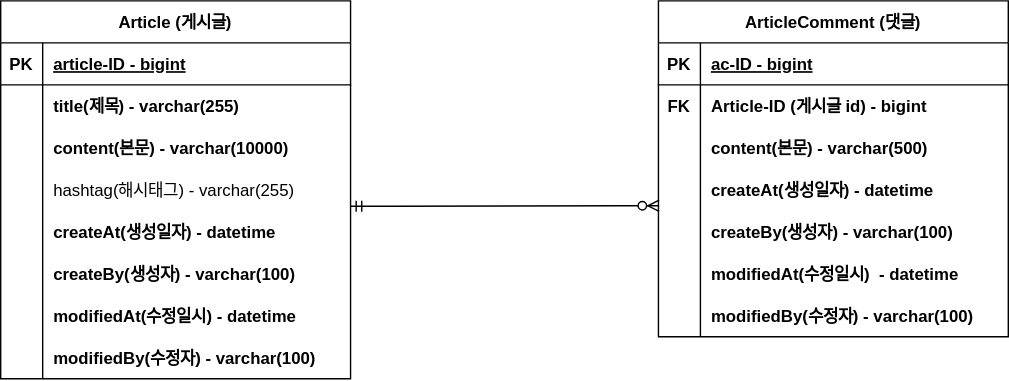
Juholee11/project-board keeps this draw.io diagram as document/ERD.svg. Above is the earlier version. Source tidied: cells renumbered, new cells last; positions are measured from the earlier drawing's top-left corner, leaving out a move shared by most shapes.
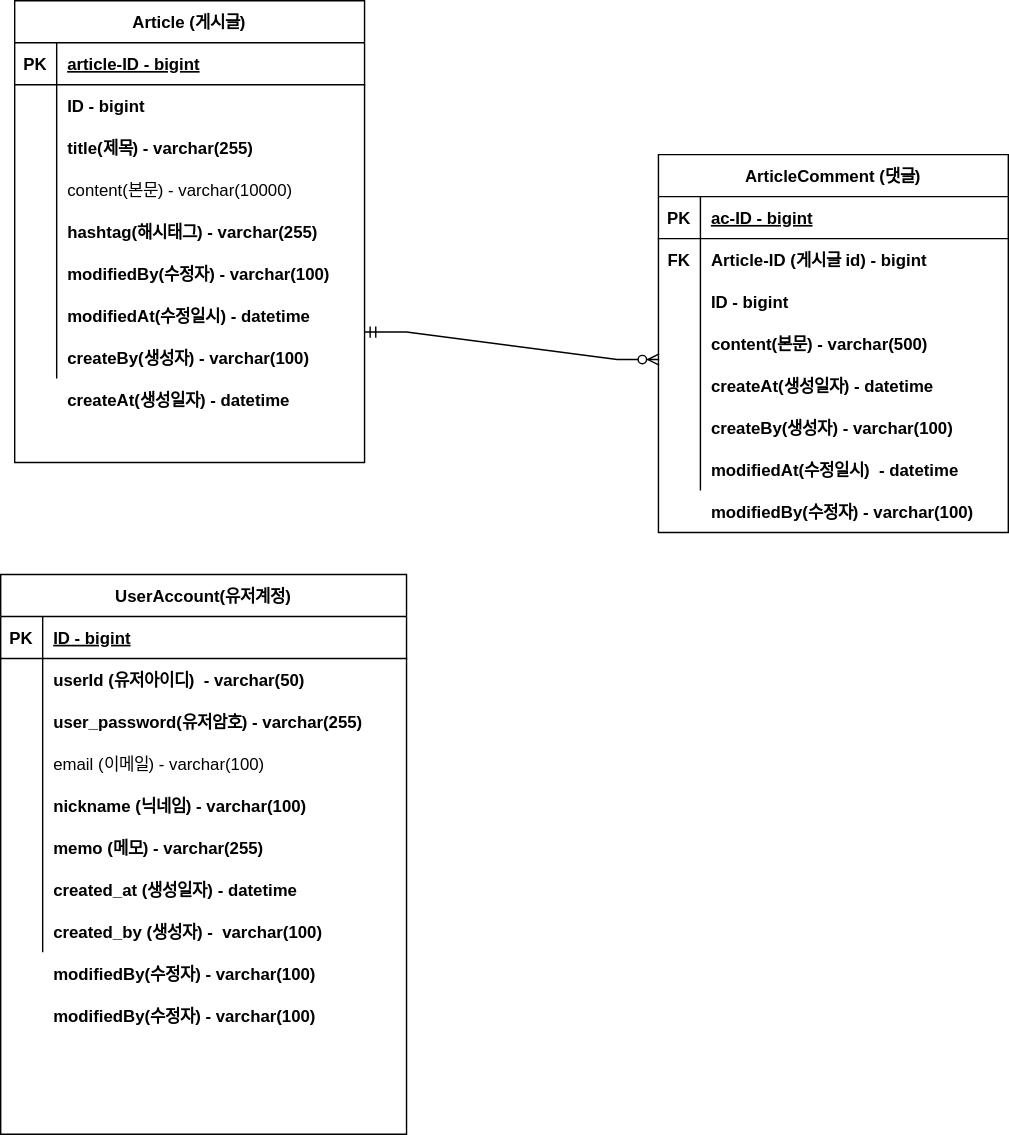
Later version of the same file.

Diff of the diagram source:
```diff
@@ -3,7 +3,7 @@
     <mxCell id="0" />
     <mxCell id="1" parent="0" />
     <mxCell id="2" value="Article (게시글)" style="shape=table;startSize=30;rowLines=0;fontStyle=1;align=center;" parent="1" vertex="1">
-      <mxGeometry width="250" height="270" as="geometry" />
+      <mxGeometry x="10" y="-110" width="250" height="330" as="geometry" />
     </mxCell>
     <mxCell id="3" style="shape=tableRow;horizontal=0;startSize=0;swimlaneHead=0;swimlaneBody=0;fillColor=none;top=0;left=0;right=0;bottom=1;" parent="2" vertex="1">
       <mxGeometry y="30" width="250" height="30" as="geometry" />
@@ -20,7 +20,7 @@
     <mxCell id="7" style="shape=partialRectangle;fillColor=none;top=0;left=0;bottom=0;right=0;overflow=hidden;" parent="6" vertex="1">
       <mxGeometry width="30" height="30" as="geometry" />
     </mxCell>
-    <mxCell id="8" value="title(제목) - varchar(255) " style="shape=partialRectangle;fillColor=none;top=0;left=0;bottom=0;right=0;align=left;spacingLeft=6;overflow=hidden;fontStyle=1;" parent="6" vertex="1">
+    <mxCell id="8" value="ID - bigint" style="shape=partialRectangle;fillColor=none;top=0;left=0;bottom=0;right=0;align=left;spacingLeft=6;overflow=hidden;fontStyle=1;" parent="6" vertex="1">
       <mxGeometry x="30" width="220" height="30" as="geometry" />
     </mxCell>
     <mxCell id="9" style="shape=tableRow;horizontal=0;startSize=0;swimlaneHead=0;swimlaneBody=0;fillColor=none;top=0;left=0;right=0;bottom=0;" parent="2" vertex="1">
@@ -29,7 +29,7 @@
     <mxCell id="10" style="shape=partialRectangle;fillColor=none;top=0;left=0;bottom=0;right=0;overflow=hidden;" parent="9" vertex="1">
       <mxGeometry width="30" height="30" as="geometry" />
     </mxCell>
-    <mxCell id="11" value="content(본문) - varchar(10000)" style="shape=partialRectangle;fillColor=none;top=0;left=0;bottom=0;right=0;align=left;spacingLeft=6;overflow=hidden;fontStyle=1;" parent="9" vertex="1">
+    <mxCell id="11" value="title(제목) - varchar(255) " style="shape=partialRectangle;fillColor=none;top=0;left=0;bottom=0;right=0;align=left;spacingLeft=6;overflow=hidden;fontStyle=1;" parent="9" vertex="1">
       <mxGeometry x="30" width="220" height="30" as="geometry" />
     </mxCell>
     <mxCell id="12" style="shape=tableRow;horizontal=0;startSize=0;swimlaneHead=0;swimlaneBody=0;fillColor=none;top=0;left=0;right=0;bottom=0;" parent="2" vertex="1">
@@ -38,47 +38,47 @@
     <mxCell id="13" style="shape=partialRectangle;fillColor=none;top=0;left=0;bottom=0;right=0;overflow=hidden;" parent="12" vertex="1">
       <mxGeometry width="30" height="30" as="geometry" />
     </mxCell>
-    <mxCell id="14" value="hashtag(해시태그) - varchar(255)" style="shape=partialRectangle;fillColor=none;top=0;left=0;bottom=0;right=0;align=left;spacingLeft=6;overflow=hidden;" parent="12" vertex="1">
+    <mxCell id="14" value="content(본문) - varchar(10000)" style="shape=partialRectangle;fillColor=none;top=0;left=0;bottom=0;right=0;align=left;spacingLeft=6;overflow=hidden;" parent="12" vertex="1">
       <mxGeometry x="30" width="220" height="30" as="geometry" />
     </mxCell>
+    <mxCell id="24" style="shape=tableRow;horizontal=0;startSize=0;swimlaneHead=0;swimlaneBody=0;fillColor=none;top=0;left=0;right=0;bottom=0;" parent="2" vertex="1">
+      <mxGeometry y="150" width="250" height="30" as="geometry" />
+    </mxCell>
+    <mxCell id="25" style="shape=partialRectangle;fillColor=none;top=0;left=0;bottom=0;right=0;overflow=hidden;" parent="24" vertex="1">
+      <mxGeometry width="30" height="30" as="geometry" />
+    </mxCell>
+    <mxCell id="26" value="hashtag(해시태그) - varchar(255)" style="shape=partialRectangle;fillColor=none;top=0;left=0;bottom=0;right=0;align=left;spacingLeft=6;overflow=hidden;fontStyle=1;" parent="24" vertex="1">
+      <mxGeometry x="30" width="220" height="30" as="geometry" />
+    </mxCell>
+    <mxCell id="21" style="shape=tableRow;horizontal=0;startSize=0;swimlaneHead=0;swimlaneBody=0;fillColor=none;top=0;left=0;right=0;bottom=0;" parent="2" vertex="1">
+      <mxGeometry y="180" width="250" height="30" as="geometry" />
+    </mxCell>
+    <mxCell id="22" style="shape=partialRectangle;fillColor=none;top=0;left=0;bottom=0;right=0;overflow=hidden;" parent="21" vertex="1">
+      <mxGeometry width="30" height="30" as="geometry" />
+    </mxCell>
+    <mxCell id="23" value="modifiedBy(수정자) - varchar(100)" style="shape=partialRectangle;fillColor=none;top=0;left=0;bottom=0;right=0;align=left;spacingLeft=6;overflow=hidden;fontStyle=1;" parent="21" vertex="1">
+      <mxGeometry x="30" width="220" height="30" as="geometry" />
+    </mxCell>
+    <mxCell id="18" style="shape=tableRow;horizontal=0;startSize=0;swimlaneHead=0;swimlaneBody=0;fillColor=none;top=0;left=0;right=0;bottom=0;" parent="2" vertex="1">
+      <mxGeometry y="210" width="250" height="30" as="geometry" />
+    </mxCell>
+    <mxCell id="19" style="shape=partialRectangle;fillColor=none;top=0;left=0;bottom=0;right=0;overflow=hidden;" parent="18" vertex="1">
+      <mxGeometry width="30" height="30" as="geometry" />
+    </mxCell>
+    <mxCell id="20" value="modifiedAt(수정일시) - datetime" style="shape=partialRectangle;fillColor=none;top=0;left=0;bottom=0;right=0;align=left;spacingLeft=6;overflow=hidden;fontStyle=1;" parent="18" vertex="1">
+      <mxGeometry x="30" width="220" height="30" as="geometry" />
+    </mxCell>
     <mxCell id="15" style="shape=tableRow;horizontal=0;startSize=0;swimlaneHead=0;swimlaneBody=0;fillColor=none;points=[[0,0.5],[1,0.5]];portConstraint=eastwest;top=0;left=0;right=0;bottom=0;" parent="2" vertex="1">
-      <mxGeometry y="150" width="250" height="30" as="geometry" />
+      <mxGeometry y="240" width="250" height="30" as="geometry" />
     </mxCell>
     <mxCell id="16" style="shape=partialRectangle;fillColor=none;top=0;left=0;bottom=0;right=0;overflow=hidden;" parent="15" vertex="1">
       <mxGeometry width="30" height="30" as="geometry" />
     </mxCell>
-    <mxCell id="17" value="createAt(생성일자) - datetime" style="shape=partialRectangle;fillColor=none;top=0;left=0;bottom=0;right=0;align=left;spacingLeft=6;overflow=hidden;fontStyle=1;" parent="15" vertex="1">
+    <mxCell id="17" value="createBy(생성자) - varchar(100)" style="shape=partialRectangle;fillColor=none;top=0;left=0;bottom=0;right=0;align=left;spacingLeft=6;overflow=hidden;fontStyle=1;" parent="15" vertex="1">
       <mxGeometry x="30" width="220" height="30" as="geometry" />
     </mxCell>
-    <mxCell id="18" style="shape=tableRow;horizontal=0;startSize=0;swimlaneHead=0;swimlaneBody=0;fillColor=none;top=0;left=0;right=0;bottom=0;" parent="2" vertex="1">
-      <mxGeometry y="180" width="250" height="30" as="geometry" />
-    </mxCell>
-    <mxCell id="19" style="shape=partialRectangle;fillColor=none;top=0;left=0;bottom=0;right=0;overflow=hidden;" parent="18" vertex="1">
-      <mxGeometry width="30" height="30" as="geometry" />
-    </mxCell>
-    <mxCell id="20" value="createBy(생성자) - varchar(100)" style="shape=partialRectangle;fillColor=none;top=0;left=0;bottom=0;right=0;align=left;spacingLeft=6;overflow=hidden;fontStyle=1;" parent="18" vertex="1">
-      <mxGeometry x="30" width="220" height="30" as="geometry" />
-    </mxCell>
-    <mxCell id="21" style="shape=tableRow;horizontal=0;startSize=0;swimlaneHead=0;swimlaneBody=0;fillColor=none;top=0;left=0;right=0;bottom=0;" parent="2" vertex="1">
-      <mxGeometry y="210" width="250" height="30" as="geometry" />
-    </mxCell>
-    <mxCell id="22" style="shape=partialRectangle;fillColor=none;top=0;left=0;bottom=0;right=0;overflow=hidden;" parent="21" vertex="1">
-      <mxGeometry width="30" height="30" as="geometry" />
-    </mxCell>
-    <mxCell id="23" value="modifiedAt(수정일시) - datetime" style="shape=partialRectangle;fillColor=none;top=0;left=0;bottom=0;right=0;align=left;spacingLeft=6;overflow=hidden;fontStyle=1;" parent="21" vertex="1">
-      <mxGeometry x="30" width="220" height="30" as="geometry" />
-    </mxCell>
-    <mxCell id="24" style="shape=tableRow;horizontal=0;startSize=0;swimlaneHead=0;swimlaneBody=0;fillColor=none;top=0;left=0;right=0;bottom=0;" parent="2" vertex="1">
-      <mxGeometry y="240" width="250" height="30" as="geometry" />
-    </mxCell>
-    <mxCell id="25" style="shape=partialRectangle;fillColor=none;top=0;left=0;bottom=0;right=0;overflow=hidden;" parent="24" vertex="1">
-      <mxGeometry width="30" height="30" as="geometry" />
-    </mxCell>
-    <mxCell id="26" value="modifiedBy(수정자) - varchar(100)" style="shape=partialRectangle;fillColor=none;top=0;left=0;bottom=0;right=0;align=left;spacingLeft=6;overflow=hidden;fontStyle=1;" parent="24" vertex="1">
-      <mxGeometry x="30" width="220" height="30" as="geometry" />
-    </mxCell>
     <mxCell id="27" value="ArticleComment (댓글)" style="shape=table;startSize=30;rowLines=0;fontStyle=1;align=center;" parent="1" vertex="1">
-      <mxGeometry x="470" width="250" height="240" as="geometry" />
+      <mxGeometry x="470" width="250" height="270" as="geometry" />
     </mxCell>
     <mxCell id="28" style="shape=tableRow;horizontal=0;startSize=0;swimlaneHead=0;swimlaneBody=0;fillColor=none;top=0;left=0;right=0;bottom=1;" parent="27" vertex="1">
       <mxGeometry y="30" width="250" height="30" as="geometry" />
@@ -104,7 +104,7 @@
     <mxCell id="35" style="shape=partialRectangle;fillColor=none;top=0;left=0;bottom=0;right=0;overflow=hidden;" parent="34" vertex="1">
       <mxGeometry width="30" height="30" as="geometry" />
     </mxCell>
-    <mxCell id="36" value="content(본문) - varchar(500)" style="shape=partialRectangle;fillColor=none;top=0;left=0;bottom=0;right=0;align=left;spacingLeft=6;overflow=hidden;fontStyle=1;" parent="34" vertex="1">
+    <mxCell id="36" value="ID - bigint" style="shape=partialRectangle;fillColor=none;top=0;left=0;bottom=0;right=0;align=left;spacingLeft=6;overflow=hidden;fontStyle=1;" parent="34" vertex="1">
       <mxGeometry x="30" width="220" height="30" as="geometry" />
     </mxCell>
     <mxCell id="37" style="shape=tableRow;horizontal=0;startSize=0;swimlaneHead=0;swimlaneBody=0;fillColor=none;points=[[0,0.5],[1,0.5]];portConstraint=eastwest;top=0;left=0;right=0;bottom=0;" parent="27" vertex="1">
@@ -113,7 +113,7 @@
     <mxCell id="38" style="shape=partialRectangle;fillColor=none;top=0;left=0;bottom=0;right=0;overflow=hidden;" parent="37" vertex="1">
       <mxGeometry width="30" height="30" as="geometry" />
     </mxCell>
-    <mxCell id="39" value="createAt(생성일자) - datetime" style="shape=partialRectangle;fillColor=none;top=0;left=0;bottom=0;right=0;align=left;spacingLeft=6;overflow=hidden;fontStyle=1;" parent="37" vertex="1">
+    <mxCell id="39" value="content(본문) - varchar(500)" style="shape=partialRectangle;fillColor=none;top=0;left=0;bottom=0;right=0;align=left;spacingLeft=6;overflow=hidden;fontStyle=1;" parent="37" vertex="1">
       <mxGeometry x="30" width="220" height="30" as="geometry" />
     </mxCell>
     <mxCell id="40" style="shape=tableRow;horizontal=0;startSize=0;swimlaneHead=0;swimlaneBody=0;fillColor=none;top=0;left=0;right=0;bottom=0;" parent="27" vertex="1">
@@ -122,7 +122,7 @@
     <mxCell id="41" style="shape=partialRectangle;fillColor=none;top=0;left=0;bottom=0;right=0;overflow=hidden;" parent="40" vertex="1">
       <mxGeometry width="30" height="30" as="geometry" />
     </mxCell>
-    <mxCell id="42" value="createBy(생성자) - varchar(100)" style="shape=partialRectangle;fillColor=none;top=0;left=0;bottom=0;right=0;align=left;spacingLeft=6;overflow=hidden;fontStyle=1;" parent="40" vertex="1">
+    <mxCell id="42" value="createAt(생성일자) - datetime" style="shape=partialRectangle;fillColor=none;top=0;left=0;bottom=0;right=0;align=left;spacingLeft=6;overflow=hidden;fontStyle=1;" parent="40" vertex="1">
       <mxGeometry x="30" width="220" height="30" as="geometry" />
     </mxCell>
     <mxCell id="43" style="shape=tableRow;horizontal=0;startSize=0;swimlaneHead=0;swimlaneBody=0;fillColor=none;top=0;left=0;right=0;bottom=0;" parent="27" vertex="1">
@@ -131,7 +131,7 @@
     <mxCell id="44" style="shape=partialRectangle;fillColor=none;top=0;left=0;bottom=0;right=0;overflow=hidden;" parent="43" vertex="1">
       <mxGeometry width="30" height="30" as="geometry" />
     </mxCell>
-    <mxCell id="45" value="modifiedAt(수정일시)  - datetime" style="shape=partialRectangle;fillColor=none;top=0;left=0;bottom=0;right=0;align=left;spacingLeft=6;overflow=hidden;fontStyle=1;" parent="43" vertex="1">
+    <mxCell id="45" value="createBy(생성자) - varchar(100)" style="shape=partialRectangle;fillColor=none;top=0;left=0;bottom=0;right=0;align=left;spacingLeft=6;overflow=hidden;fontStyle=1;" parent="43" vertex="1">
       <mxGeometry x="30" width="220" height="30" as="geometry" />
     </mxCell>
     <mxCell id="46" style="shape=tableRow;horizontal=0;startSize=0;swimlaneHead=0;swimlaneBody=0;fillColor=none;top=0;left=0;right=0;bottom=0;" parent="27" vertex="1">
@@ -140,11 +140,104 @@
     <mxCell id="47" style="shape=partialRectangle;fillColor=none;top=0;left=0;bottom=0;right=0;overflow=hidden;" parent="46" vertex="1">
       <mxGeometry width="30" height="30" as="geometry" />
     </mxCell>
-    <mxCell id="48" value="modifiedBy(수정자) - varchar(100)" style="shape=partialRectangle;fillColor=none;top=0;left=0;bottom=0;right=0;align=left;spacingLeft=6;overflow=hidden;fontStyle=1;" parent="46" vertex="1">
+    <mxCell id="48" value="modifiedAt(수정일시)  - datetime" style="shape=partialRectangle;fillColor=none;top=0;left=0;bottom=0;right=0;align=left;spacingLeft=6;overflow=hidden;fontStyle=1;" parent="46" vertex="1">
       <mxGeometry x="30" width="220" height="30" as="geometry" />
     </mxCell>
     <mxCell id="49" style="edgeStyle=entityRelationEdgeStyle;fontSize=12;html=1;endArrow=ERzeroToMany;startArrow=ERmandOne;rounded=0;exitX=1;exitY=-0.108;exitDx=0;exitDy=0;exitPerimeter=0;entryX=0.002;entryY=0.88;entryDx=0;entryDy=0;entryPerimeter=0;" parent="1" edge="1" source="15" target="37">
       <mxGeometry relative="1" as="geometry" />
     </mxCell>
+    <mxCell id="50" value="UserAccount(유저계정)" style="shape=table;startSize=30;rowLines=0;fontStyle=1;align=center;" parent="1" vertex="1">
+      <mxGeometry y="300" width="290" height="400" as="geometry" />
+    </mxCell>
+    <mxCell id="51" style="shape=tableRow;horizontal=0;startSize=0;swimlaneHead=0;swimlaneBody=0;fillColor=none;top=0;left=0;right=0;bottom=1;" parent="50" vertex="1">
+      <mxGeometry y="30" width="290" height="30" as="geometry" />
+    </mxCell>
+    <mxCell id="52" value="PK" style="shape=partialRectangle;fillColor=none;top=0;left=0;bottom=0;right=0;fontStyle=1;overflow=hidden;" parent="51" vertex="1">
+      <mxGeometry width="30" height="30" as="geometry" />
+    </mxCell>
+    <mxCell id="53" value="ID - bigint" style="shape=partialRectangle;fillColor=none;top=0;left=0;bottom=0;right=0;align=left;spacingLeft=6;fontStyle=5;overflow=hidden;" parent="51" vertex="1">
+      <mxGeometry x="30" width="260" height="30" as="geometry" />
+    </mxCell>
+    <mxCell id="54" style="shape=tableRow;horizontal=0;startSize=0;swimlaneHead=0;swimlaneBody=0;fillColor=none;top=0;left=0;right=0;bottom=0;fontStyle=1;" parent="50" vertex="1">
+      <mxGeometry y="60" width="290" height="30" as="geometry" />
+    </mxCell>
+    <mxCell id="55" style="shape=partialRectangle;fillColor=none;top=0;left=0;bottom=0;right=0;overflow=hidden;" parent="54" vertex="1">
+      <mxGeometry width="30" height="30" as="geometry" />
+    </mxCell>
+    <mxCell id="56" value="userId (유저아이디)  - varchar(50)    " style="shape=partialRectangle;fillColor=none;top=0;left=0;bottom=0;right=0;align=left;spacingLeft=6;overflow=hidden;fontStyle=1;" parent="54" vertex="1">
+      <mxGeometry x="30" width="260" height="30" as="geometry" />
+    </mxCell>
+    <mxCell id="57" style="shape=tableRow;horizontal=0;startSize=0;swimlaneHead=0;swimlaneBody=0;fillColor=none;top=0;left=0;right=0;bottom=0;" parent="50" vertex="1">
+      <mxGeometry y="90" width="290" height="30" as="geometry" />
+    </mxCell>
+    <mxCell id="58" style="shape=partialRectangle;fillColor=none;top=0;left=0;bottom=0;right=0;overflow=hidden;" parent="57" vertex="1">
+      <mxGeometry width="30" height="30" as="geometry" />
+    </mxCell>
+    <mxCell id="59" value="user_password(유저암호) - varchar(255)" style="shape=partialRectangle;fillColor=none;top=0;left=0;bottom=0;right=0;align=left;spacingLeft=6;overflow=hidden;fontStyle=1;" parent="57" vertex="1">
+      <mxGeometry x="30" width="260" height="30" as="geometry" />
+    </mxCell>
+    <mxCell id="60" style="shape=tableRow;horizontal=0;startSize=0;swimlaneHead=0;swimlaneBody=0;fillColor=none;top=0;left=0;right=0;bottom=0;" parent="50" vertex="1">
+      <mxGeometry y="120" width="290" height="30" as="geometry" />
+    </mxCell>
+    <mxCell id="61" style="shape=partialRectangle;fillColor=none;top=0;left=0;bottom=0;right=0;overflow=hidden;" parent="60" vertex="1">
+      <mxGeometry width="30" height="30" as="geometry" />
+    </mxCell>
+    <mxCell id="62" value="email (이메일) - varchar(100)" style="shape=partialRectangle;fillColor=none;top=0;left=0;bottom=0;right=0;align=left;spacingLeft=6;overflow=hidden;" parent="60" vertex="1">
+      <mxGeometry x="30" width="260" height="30" as="geometry" />
+    </mxCell>
+    <mxCell id="63" style="shape=tableRow;horizontal=0;startSize=0;swimlaneHead=0;swimlaneBody=0;fillColor=none;top=0;left=0;right=0;bottom=0;" parent="50" vertex="1">
+      <mxGeometry y="150" width="290" height="30" as="geometry" />
+    </mxCell>
+    <mxCell id="64" style="shape=partialRectangle;fillColor=none;top=0;left=0;bottom=0;right=0;overflow=hidden;" parent="63" vertex="1">
+      <mxGeometry width="30" height="30" as="geometry" />
+    </mxCell>
+    <mxCell id="65" value="nickname (닉네임) - varchar(100)" style="shape=partialRectangle;fillColor=none;top=0;left=0;bottom=0;right=0;align=left;spacingLeft=6;overflow=hidden;fontStyle=1;" parent="63" vertex="1">
+      <mxGeometry x="30" width="260" height="30" as="geometry" />
+    </mxCell>
+    <mxCell id="66" style="shape=tableRow;horizontal=0;startSize=0;swimlaneHead=0;swimlaneBody=0;fillColor=none;top=0;left=0;right=0;bottom=0;" parent="50" vertex="1">
+      <mxGeometry y="180" width="290" height="30" as="geometry" />
+    </mxCell>
+    <mxCell id="67" style="shape=partialRectangle;fillColor=none;top=0;left=0;bottom=0;right=0;overflow=hidden;" parent="66" vertex="1">
+      <mxGeometry width="30" height="30" as="geometry" />
+    </mxCell>
+    <mxCell id="68" value="memo (메모) - varchar(255)" style="shape=partialRectangle;fillColor=none;top=0;left=0;bottom=0;right=0;align=left;spacingLeft=6;overflow=hidden;fontStyle=1;" parent="66" vertex="1">
+      <mxGeometry x="30" width="260" height="30" as="geometry" />
+    </mxCell>
+    <mxCell id="69" style="shape=tableRow;horizontal=0;startSize=0;swimlaneHead=0;swimlaneBody=0;fillColor=none;top=0;left=0;right=0;bottom=0;" parent="50" vertex="1">
+      <mxGeometry y="210" width="290" height="30" as="geometry" />
+    </mxCell>
+    <mxCell id="70" style="shape=partialRectangle;fillColor=none;top=0;left=0;bottom=0;right=0;overflow=hidden;" parent="69" vertex="1">
+      <mxGeometry width="30" height="30" as="geometry" />
+    </mxCell>
+    <mxCell id="71" value="created_at (생성일자) - datetime" style="shape=partialRectangle;fillColor=none;top=0;left=0;bottom=0;right=0;align=left;spacingLeft=6;overflow=hidden;fontStyle=1;" parent="69" vertex="1">
+      <mxGeometry x="30" width="260" height="30" as="geometry" />
+    </mxCell>
+    <mxCell id="72" style="shape=tableRow;horizontal=0;startSize=0;swimlaneHead=0;swimlaneBody=0;fillColor=none;top=0;left=0;right=0;bottom=0;" parent="50" vertex="1">
+      <mxGeometry y="240" width="290" height="30" as="geometry" />
+    </mxCell>
+    <mxCell id="73" style="shape=partialRectangle;fillColor=none;top=0;left=0;bottom=0;right=0;overflow=hidden;" parent="72" vertex="1">
+      <mxGeometry width="30" height="30" as="geometry" />
+    </mxCell>
+    <mxCell id="74" value="created_by (생성자) -  varchar(100)" style="shape=partialRectangle;fillColor=none;top=0;left=0;bottom=0;right=0;align=left;spacingLeft=6;overflow=hidden;fontStyle=1;" parent="72" vertex="1">
+      <mxGeometry x="30" width="260" height="30" as="geometry" />
+    </mxCell>
+    <mxCell id="75" value="modifiedBy(수정자) - varchar(100)" style="shape=partialRectangle;fillColor=none;top=0;left=0;bottom=0;right=0;align=left;spacingLeft=6;overflow=hidden;fontStyle=1;" parent="1" vertex="1">
+      <mxGeometry x="30" y="570" width="260" height="30" as="geometry" />
+    </mxCell>
+    <mxCell id="76" value="modifiedBy(수정자) - varchar(100)" style="shape=partialRectangle;fillColor=none;top=0;left=0;bottom=0;right=0;align=left;spacingLeft=6;overflow=hidden;fontStyle=1;" parent="1" vertex="1">
+      <mxGeometry x="30" y="600" width="260" height="30" as="geometry" />
+    </mxCell>
+    <mxCell id="77" style="shape=tableRow;horizontal=0;startSize=0;swimlaneHead=0;swimlaneBody=0;fillColor=none;top=0;left=0;right=0;bottom=0;" parent="1" vertex="1">
+      <mxGeometry x="10" y="160" width="250" height="30" as="geometry" />
+    </mxCell>
+    <mxCell id="78" style="shape=partialRectangle;fillColor=none;top=0;left=0;bottom=0;right=0;overflow=hidden;" parent="77" vertex="1">
+      <mxGeometry width="30" height="30" as="geometry" />
+    </mxCell>
+    <mxCell id="79" value="createAt(생성일자) - datetime" style="shape=partialRectangle;fillColor=none;top=0;left=0;bottom=0;right=0;align=left;spacingLeft=6;overflow=hidden;fontStyle=1;" parent="77" vertex="1">
+      <mxGeometry x="30" width="220" height="30" as="geometry" />
+    </mxCell>
+    <mxCell id="80" value="modifiedBy(수정자) - varchar(100)" style="shape=partialRectangle;fillColor=none;top=0;left=0;bottom=0;right=0;align=left;spacingLeft=6;overflow=hidden;fontStyle=1;" parent="1" vertex="1">
+      <mxGeometry x="500" y="240" width="220" height="30" as="geometry" />
+    </mxCell>
   </root>
 </mxGraphModel>
```
